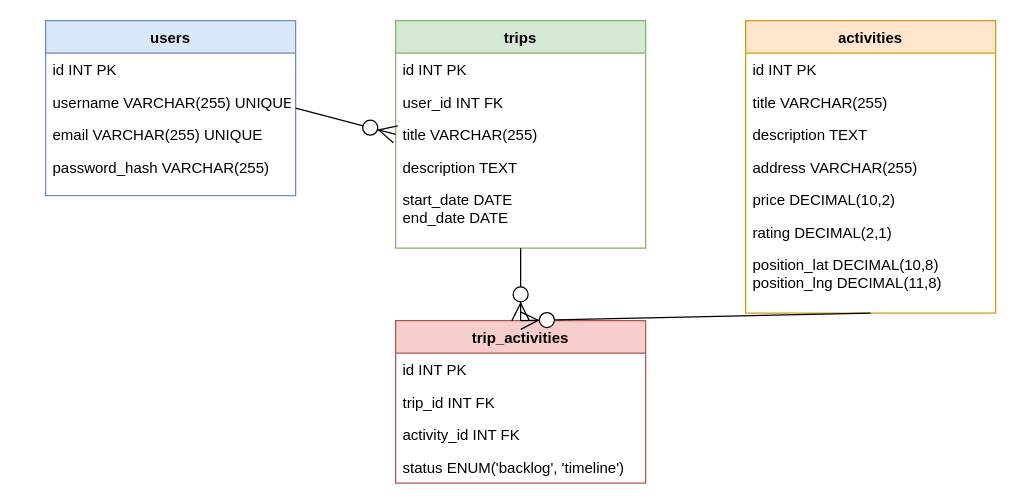
Before: database_schema.drawio in bunki1224/Softwareengineering-Projekt, a draw.io diagram. Source tidied: cells renumbered, new cells numbered last; positions are measured from the earlier drawing's top-left corner, leaving out a move shared by most shapes. Both pictures are drawn from the tidied source at 125%, with x=0, y=0 at pixel (45, 20).
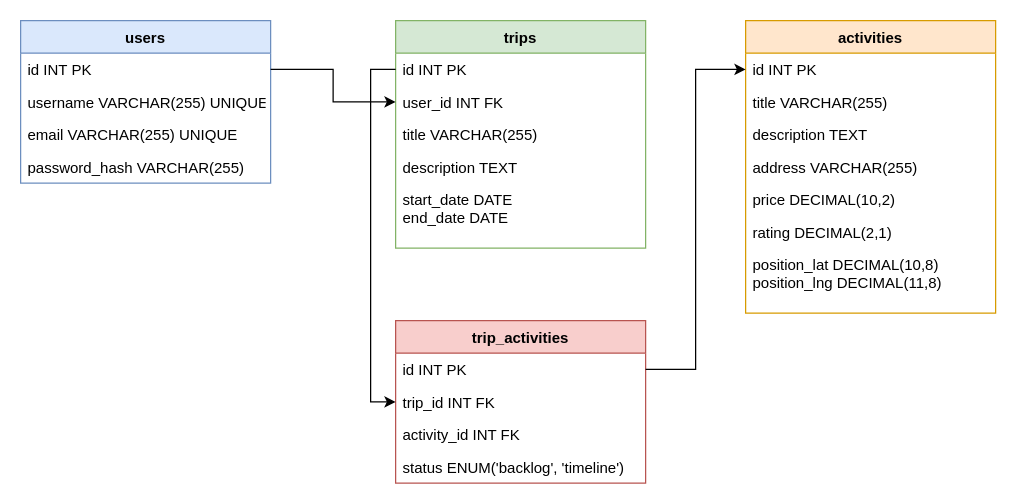
Above is the later version.

Unchanged cells that the change refers to:
```xml
<mxCell id="3" value="id INT PK" style="text;strokeColor=none;fillColor=none;align=left;verticalAlign=top;spacingLeft=4;spacingRight=4;overflow=hidden;points=[[0,0.5],[1,0.5]];portConstraint=eastwest;" parent="2" vertex="1">
  <mxGeometry y="26" width="200" height="26" as="geometry" />
</mxCell>
<mxCell id="7" value="trips" style="swimlane;fontStyle=1;align=center;verticalAlign=top;horizontal=1;startSize=26;fillColor=#d5e8d4;strokeColor=#82b366;" parent="1" vertex="1">
  <mxGeometry x="280" width="200" height="182" as="geometry" />
</mxCell>
<mxCell id="8" value="id INT PK" style="text;strokeColor=none;fillColor=none;align=left;verticalAlign=top;spacingLeft=4;spacingRight=4;overflow=hidden;points=[[0,0.5],[1,0.5]];portConstraint=eastwest;" parent="7" vertex="1">
  <mxGeometry y="26" width="200" height="26" as="geometry" />
</mxCell>
<mxCell id="9" value="user_id INT FK" style="text;strokeColor=none;fillColor=none;align=left;verticalAlign=top;spacingLeft=4;spacingRight=4;overflow=hidden;points=[[0,0.5],[1,0.5]];portConstraint=eastwest;" parent="7" vertex="1">
  <mxGeometry y="52" width="200" height="26" as="geometry" />
</mxCell>
<mxCell id="13" value="activities" style="swimlane;fontStyle=1;align=center;verticalAlign=top;horizontal=1;startSize=26;fillColor=#ffe6cc;strokeColor=#d79b00;" parent="1" vertex="1">
  <mxGeometry x="560" width="200" height="234" as="geometry" />
</mxCell>
<mxCell id="14" value="id INT PK" style="text;strokeColor=none;fillColor=none;align=left;verticalAlign=top;spacingLeft=4;spacingRight=4;overflow=hidden;points=[[0,0.5],[1,0.5]];portConstraint=eastwest;" parent="13" vertex="1">
  <mxGeometry y="26" width="200" height="26" as="geometry" />
</mxCell>
<mxCell id="21" value="trip_activities" style="swimlane;fontStyle=1;align=center;verticalAlign=top;horizontal=1;startSize=26;fillColor=#f8cecc;strokeColor=#b85450;" parent="1" vertex="1">
  <mxGeometry x="280" y="240" width="200" height="130" as="geometry" />
</mxCell>
<mxCell id="22" value="id INT PK" style="text;strokeColor=none;fillColor=none;align=left;verticalAlign=top;spacingLeft=4;spacingRight=4;overflow=hidden;points=[[0,0.5],[1,0.5]];portConstraint=eastwest;" parent="21" vertex="1">
  <mxGeometry y="26" width="200" height="26" as="geometry" />
</mxCell>
<mxCell id="23" value="trip_id INT FK" style="text;strokeColor=none;fillColor=none;align=left;verticalAlign=top;spacingLeft=4;spacingRight=4;overflow=hidden;points=[[0,0.5],[1,0.5]];portConstraint=eastwest;" parent="21" vertex="1">
  <mxGeometry y="52" width="200" height="26" as="geometry" />
</mxCell>
```

Change to the diagram source:
```diff
@@
     <mxCell id="2" value="users" style="swimlane;fontStyle=1;align=center;verticalAlign=top;horizontal=1;startSize=26;fillColor=#dae8fc;strokeColor=#6c8ebf;" parent="1" vertex="1">
-      <mxGeometry width="200" height="140" as="geometry" />
+      <mxGeometry x="-20" width="200" height="130" as="geometry" />
     </mxCell>
@@
-    <mxCell id="26" style="endArrow=ERzeroToMany;endFill=1;endSize=12;html=1;rounded=0;exitX=1;exitY=0.5;exitDx=0;exitDy=0;entryX=0;entryY=0.5;entryDx=0;entryDy=0;" parent="1" edge="1" source="2" target="7">
-      <mxGeometry relative="1" as="geometry" />
-    </mxCell>
-    <mxCell id="27" style="endArrow=ERzeroToMany;endFill=1;endSize=12;html=1;rounded=0;exitX=0.5;exitY=1;exitDx=0;exitDy=0;entryX=0.5;entryY=0;entryDx=0;entryDy=0;" parent="1" edge="1" source="7" target="21">
-      <mxGeometry relative="1" as="geometry" />
-    </mxCell>
-    <mxCell id="28" style="endArrow=ERzeroToMany;endFill=1;endSize=12;html=1;rounded=0;exitX=0.5;exitY=1;exitDx=0;exitDy=0;entryX=0.5;entryY=0;entryDx=0;entryDy=0;" parent="1" edge="1" source="13" target="21">
-      <mxGeometry relative="1" as="geometry" />
-    </mxCell>
+    <mxCell id="29" style="edgeStyle=orthogonalEdgeStyle;rounded=0;jettySize=auto;html=1;entryX=0;entryY=0.5;entryDx=0;entryDy=0;" parent="1" edge="1" source="22" target="14">
+      <mxGeometry relative="1" as="geometry" />
+    </mxCell>
+    <mxCell id="30" style="edgeStyle=orthogonalEdgeStyle;rounded=0;jettySize=auto;html=1;entryX=0;entryY=0.5;entryDx=0;entryDy=0;" parent="1" edge="1" source="8" target="23">
+      <mxGeometry relative="1" as="geometry" />
+    </mxCell>
+    <mxCell id="31" style="edgeStyle=orthogonalEdgeStyle;rounded=0;jettySize=auto;html=1;entryX=0;entryY=0.5;entryDx=0;entryDy=0;" parent="1" edge="1" source="3" target="9">
+      <mxGeometry relative="1" as="geometry" />
+    </mxCell>
```
